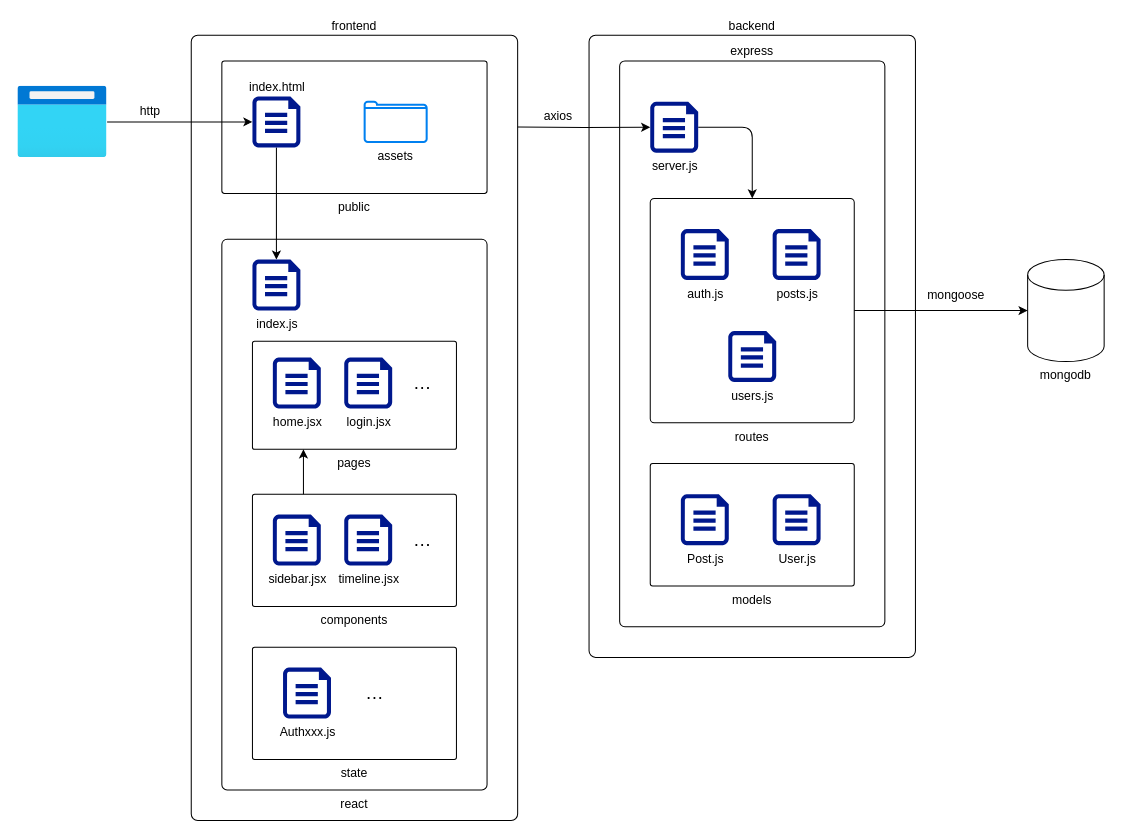
0obstacleo0/real-sns keeps this draw.io diagram as 構成図.drawio. Above is the earlier version. Source tidied: cells renumbered, new cells numbered last; positions are measured from the earlier drawing's top-left corner, leaving out a move shared by most shapes. Both pictures are drawn from the tidied source at 102%, with x=0, y=0 at pixel (17, 35).
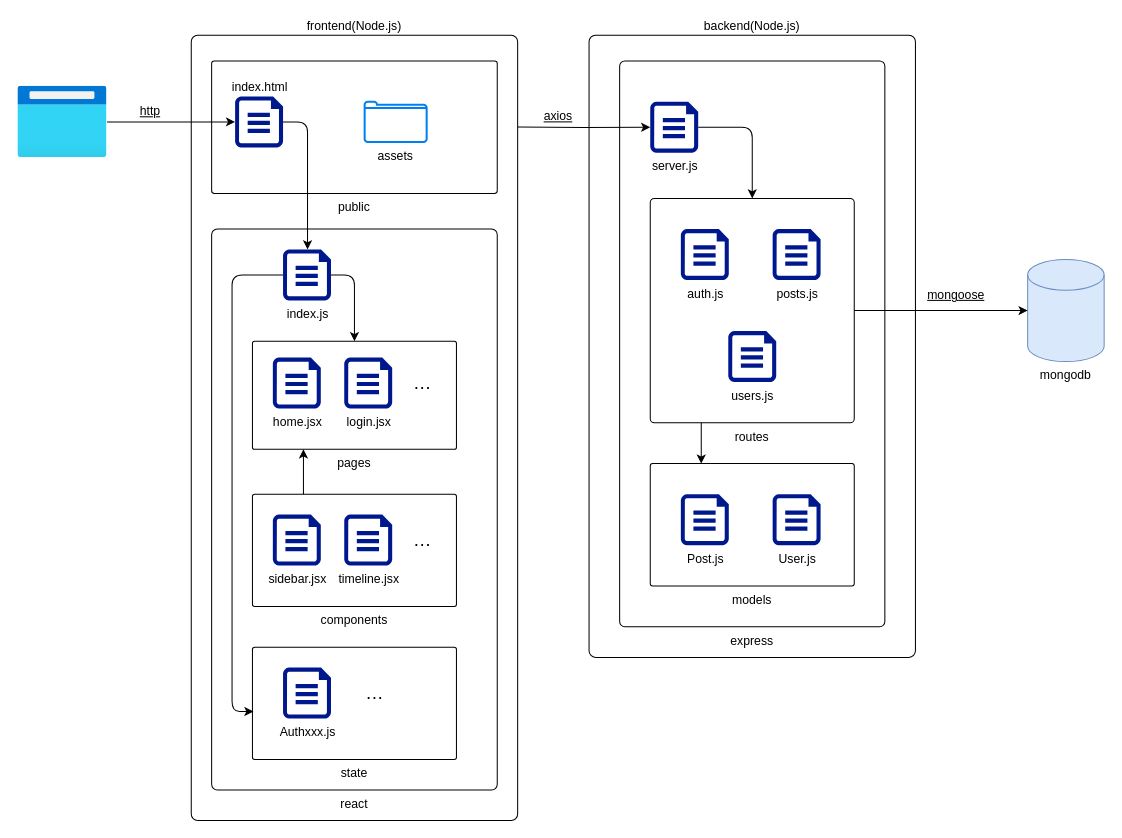
After the change.

Commit message:
[mod]構成図修正

The change refers to these unchanged cells:
```xml
<mxCell id="14" value="models" style="rounded=1;whiteSpace=wrap;html=1;arcSize=2;fillColor=none;labelPosition=center;verticalLabelPosition=bottom;align=center;verticalAlign=top;" parent="1" vertex="1">
  <mxGeometry x="620" y="420" width="200" height="120" as="geometry" />
</mxCell>
<mxCell id="15" value="routes" style="rounded=1;whiteSpace=wrap;html=1;arcSize=2;fillColor=none;labelPosition=center;verticalLabelPosition=bottom;align=center;verticalAlign=top;" parent="1" vertex="1">
  <mxGeometry x="620" y="160" width="200" height="220" as="geometry" />
</mxCell>
<mxCell id="16" value="pages" style="rounded=1;whiteSpace=wrap;html=1;arcSize=2;fillColor=none;labelPosition=center;verticalLabelPosition=bottom;align=center;verticalAlign=top;" parent="1" vertex="1">
  <mxGeometry x="230" y="300" width="200" height="106" as="geometry" />
</mxCell>
<mxCell id="23" value="state" style="rounded=1;whiteSpace=wrap;html=1;arcSize=2;fillColor=none;labelPosition=center;verticalLabelPosition=bottom;align=center;verticalAlign=top;" parent="1" vertex="1">
  <mxGeometry x="230" y="600" width="200" height="110" as="geometry" />
</mxCell>
```

What changed in the source:
```diff
@@
-    <mxCell id="2" value="frontend" style="rounded=1;whiteSpace=wrap;html=1;arcSize=2;fillColor=none;labelPosition=center;verticalLabelPosition=top;align=center;verticalAlign=bottom;" parent="1" vertex="1">
+    <mxCell id="2" value="frontend(Node.js)" style="rounded=1;whiteSpace=wrap;html=1;arcSize=2;fillColor=none;labelPosition=center;verticalLabelPosition=top;align=center;verticalAlign=bottom;" parent="1" vertex="1">
       <mxGeometry x="170" width="320" height="770" as="geometry" />
     </mxCell>
-    <mxCell id="3" value="backend" style="rounded=1;whiteSpace=wrap;html=1;arcSize=2;fillColor=none;labelPosition=center;verticalLabelPosition=top;align=center;verticalAlign=bottom;" parent="1" vertex="1">
+    <mxCell id="3" value="backend(Node.js)" style="rounded=1;whiteSpace=wrap;html=1;arcSize=2;fillColor=none;labelPosition=center;verticalLabelPosition=top;align=center;verticalAlign=bottom;" parent="1" vertex="1">
       <mxGeometry x="560" width="320" height="610" as="geometry" />
     </mxCell>
-    <mxCell id="4" value="mongodb" style="shape=cylinder3;whiteSpace=wrap;html=1;boundedLbl=1;backgroundOutline=1;size=15;labelPosition=center;verticalLabelPosition=bottom;align=center;verticalAlign=top;" parent="1" vertex="1">
+    <mxCell id="4" value="mongodb" style="shape=cylinder3;whiteSpace=wrap;html=1;boundedLbl=1;backgroundOutline=1;size=15;labelPosition=center;verticalLabelPosition=bottom;align=center;verticalAlign=top;fillColor=#dae8fc;strokeColor=#6c8ebf;" parent="1" vertex="1">
       <mxGeometry x="990" y="220" width="75" height="100" as="geometry" />
     </mxCell>
@@
     <mxCell id="6" value="react" style="rounded=1;whiteSpace=wrap;html=1;arcSize=2;fillColor=none;labelPosition=center;verticalLabelPosition=bottom;align=center;verticalAlign=top;" parent="1" vertex="1">
-      <mxGeometry x="200" y="200" width="260" height="540" as="geometry" />
+      <mxGeometry x="190" y="190" width="280" height="550" as="geometry" />
     </mxCell>
-    <mxCell id="7" value="express" style="rounded=1;whiteSpace=wrap;html=1;arcSize=2;fillColor=none;labelPosition=center;verticalLabelPosition=top;align=center;verticalAlign=bottom;" parent="1" vertex="1">
+    <mxCell id="7" value="express" style="rounded=1;whiteSpace=wrap;html=1;arcSize=2;fillColor=none;labelPosition=center;verticalLabelPosition=bottom;align=center;verticalAlign=top;" parent="1" vertex="1">
       <mxGeometry x="590" y="25.2" width="260" height="554.8" as="geometry" />
     </mxCell>
@@
-    <mxCell id="10" value="axios" style="text;html=1;strokeColor=none;fillColor=none;align=center;verticalAlign=middle;whiteSpace=wrap;rounded=0;" parent="1" vertex="1">
+    <mxCell id="10" value="axios" style="text;html=1;strokeColor=none;fillColor=none;align=center;verticalAlign=middle;whiteSpace=wrap;rounded=0;fontStyle=4;" parent="1" vertex="1">
       <mxGeometry x="500" y="65.2" width="60" height="30" as="geometry" />
     </mxCell>
@@
-    <mxCell id="12" value="mongoose" style="text;html=1;strokeColor=none;fillColor=none;align=center;verticalAlign=middle;whiteSpace=wrap;rounded=0;" parent="1" vertex="1">
+    <mxCell id="12" value="mongoose" style="text;html=1;strokeColor=none;fillColor=none;align=center;verticalAlign=middle;whiteSpace=wrap;rounded=0;fontStyle=4;" parent="1" vertex="1">
       <mxGeometry x="890" y="240" width="60" height="30" as="geometry" />
     </mxCell>
-    <mxCell id="13" value="http" style="text;html=1;strokeColor=none;fillColor=none;align=center;verticalAlign=middle;whiteSpace=wrap;rounded=0;" parent="1" vertex="1">
+    <mxCell id="13" value="http" style="text;html=1;strokeColor=none;fillColor=none;align=center;verticalAlign=middle;whiteSpace=wrap;rounded=0;fontStyle=4;" parent="1" vertex="1">
       <mxGeometry x="100" y="60" width="60" height="30" as="geometry" />
     </mxCell>
@@
+    <mxCell id="40" style="edgeStyle=orthogonalEdgeStyle;rounded=0;jettySize=auto;html=1;exitX=0.25;exitY=1;exitDx=0;exitDy=0;entryX=0.25;entryY=0;entryDx=0;entryDy=0;" parent="1" edge="1" source="15" target="14">
+      <mxGeometry relative="1" as="geometry" />
+    </mxCell>
@@
     <mxCell id="17" value="public" style="rounded=1;whiteSpace=wrap;html=1;arcSize=2;fillColor=none;labelPosition=center;verticalLabelPosition=bottom;align=center;verticalAlign=top;" parent="1" vertex="1">
-      <mxGeometry x="200" y="25.2" width="260" height="130" as="geometry" />
+      <mxGeometry x="190" y="25.2" width="280" height="130" as="geometry" />
     </mxCell>
-    <mxCell id="18" style="edgeStyle=orthogonalEdgeStyle;rounded=0;jettySize=auto;html=1;exitX=0.5;exitY=1;exitDx=0;exitDy=0;exitPerimeter=0;" parent="1" edge="1" source="19" target="37">
-      <mxGeometry relative="1" as="geometry" />
+    <mxCell id="18" style="edgeStyle=orthogonalEdgeStyle;rounded=1;jettySize=auto;html=1;exitX=1;exitY=0.5;exitDx=0;exitDy=0;exitPerimeter=0;" parent="1" edge="1" source="19" target="37">
+      <mxGeometry relative="1" as="geometry">
+        <Array as="points">
+          <mxPoint x="284" y="85" />
+        </Array>
+      </mxGeometry>
     </mxCell>
     <mxCell id="19" value="index.html" style="sketch=0;shadow=0;dashed=0;html=1;strokeColor=none;labelPosition=center;verticalLabelPosition=top;verticalAlign=bottom;align=center;fillColor=#00188D;shape=mxgraph.azure.file;" parent="1" vertex="1">
-      <mxGeometry x="230" y="60" width="47" height="50" as="geometry" />
+      <mxGeometry x="213" y="60" width="47" height="50" as="geometry" />
     </mxCell>
@@
+    <mxCell id="41" style="edgeStyle=orthogonalEdgeStyle;rounded=1;jettySize=auto;html=1;exitX=1;exitY=0.5;exitDx=0;exitDy=0;exitPerimeter=0;entryX=0.5;entryY=0;entryDx=0;entryDy=0;" parent="1" edge="1" source="37" target="16">
+      <mxGeometry relative="1" as="geometry">
+        <Array as="points">
+          <mxPoint x="330" y="235" />
+        </Array>
+      </mxGeometry>
+    </mxCell>
     <mxCell id="37" value="index.js" style="sketch=0;shadow=0;dashed=0;html=1;strokeColor=none;labelPosition=center;verticalLabelPosition=bottom;verticalAlign=top;align=center;fillColor=#00188D;shape=mxgraph.azure.file;" parent="1" vertex="1">
-      <mxGeometry x="230" y="220" width="47" height="50" as="geometry" />
+      <mxGeometry x="260" y="210" width="47" height="50" as="geometry" />
     </mxCell>
@@
+    <mxCell id="42" style="edgeStyle=orthogonalEdgeStyle;rounded=1;jettySize=auto;html=1;exitX=0;exitY=0.5;exitDx=0;exitDy=0;exitPerimeter=0;entryX=0.005;entryY=0.573;entryDx=0;entryDy=0;entryPerimeter=0;" parent="1" edge="1" source="37" target="23">
+      <mxGeometry relative="1" as="geometry">
+        <Array as="points">
+          <mxPoint x="210" y="235" />
+          <mxPoint x="210" y="663" />
+        </Array>
+      </mxGeometry>
+    </mxCell>
```
